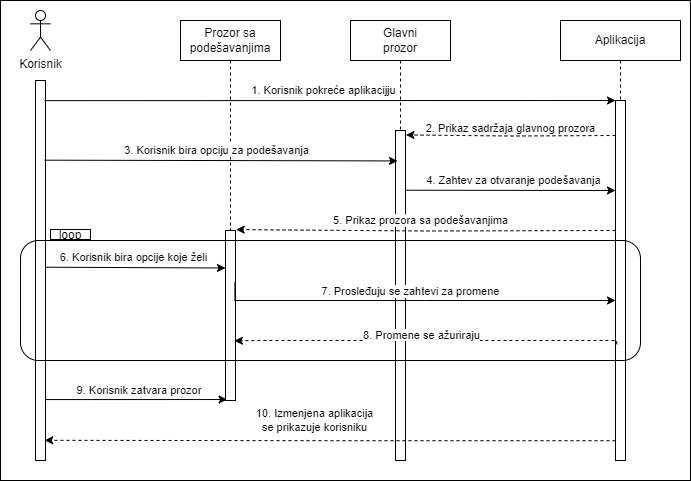
jelisavetagavrilovic/kOrganizify keeps this draw.io diagram as documentation/specific documentation sections/settingsDiagram.png. Above is the earlier version. Source tidied: cells renumbered, new cells last; positions are measured from the earlier drawing's top-left corner, leaving out a move shared by most shapes. Its diagram source:
```xml
<mxGraphModel>
  <root>
    <mxCell id="0" />
    <mxCell id="1" parent="0" />
    <mxCell id="2" style="rounded=0;whiteSpace=wrap;html=1;fillColor=default;" parent="1" vertex="1">
      <mxGeometry width="690" height="480" as="geometry" />
    </mxCell>
    <mxCell id="3" style="rounded=0;whiteSpace=wrap;html=1;" parent="1" vertex="1">
      <mxGeometry x="225" y="230" width="10" height="170" as="geometry" />
    </mxCell>
    <mxCell id="4" style="rounded=0;whiteSpace=wrap;html=1;" parent="1" vertex="1">
      <mxGeometry x="395" y="130" width="10" height="330" as="geometry" />
    </mxCell>
    <mxCell id="5" style="rounded=0;whiteSpace=wrap;html=1;" parent="1" vertex="1">
      <mxGeometry x="35" y="80" width="10" height="380" as="geometry" />
    </mxCell>
    <mxCell id="6" style="rounded=0;whiteSpace=wrap;html=1;" parent="1" vertex="1">
      <mxGeometry x="615" y="100" width="10" height="360" as="geometry" />
    </mxCell>
    <mxCell id="7" style="rounded=1;whiteSpace=wrap;html=1;align=center;labelPosition=center;verticalLabelPosition=middle;verticalAlign=middle;fillColor=none;" parent="1" vertex="1">
      <mxGeometry x="20" y="240" width="620" height="120" as="geometry" />
    </mxCell>
    <mxCell id="8" value="Korisnik&lt;br&gt;" style="shape=umlActor;verticalLabelPosition=bottom;verticalAlign=top;html=1;" parent="1" vertex="1">
      <mxGeometry x="30" y="10" width="20" height="40" as="geometry" />
    </mxCell>
    <mxCell id="9" style="edgeStyle=orthogonalEdgeStyle;rounded=0;jettySize=auto;html=1;endArrow=none;endFill=0;dashed=1;" parent="1" edge="1" source="10" target="4">
      <mxGeometry relative="1" as="geometry" />
    </mxCell>
    <mxCell id="10" value="Glavni&lt;br&gt;prozor" style="rounded=0;whiteSpace=wrap;html=1;" parent="1" vertex="1">
      <mxGeometry x="350" y="20" width="100" height="40" as="geometry" />
    </mxCell>
    <mxCell id="11" style="edgeStyle=orthogonalEdgeStyle;rounded=0;jettySize=auto;html=1;endArrow=none;endFill=0;dashed=1;" parent="1" edge="1" source="12" target="6">
      <mxGeometry relative="1" as="geometry" />
    </mxCell>
    <mxCell id="12" value="Aplikacija" style="rounded=0;whiteSpace=wrap;html=1;" parent="1" vertex="1">
      <mxGeometry x="560" y="20" width="120" height="40" as="geometry" />
    </mxCell>
    <mxCell id="13" value="1. Korisnik pokreće aplikacijju" style="endArrow=classic;html=1;rounded=0;entryX=0;entryY=0;entryDx=0;entryDy=0;exitX=0.906;exitY=0.053;exitDx=0;exitDy=0;exitPerimeter=0;" parent="1" edge="1" source="5" target="6">
      <mxGeometry x="-0.02" y="10" relative="1" as="geometry" />
    </mxCell>
    <mxCell id="14" value="&lt;br&gt;&lt;span style=&quot;color: rgb(0, 0, 0); font-family: Helvetica; font-size: 11px; font-style: normal; font-variant-ligatures: normal; font-variant-caps: normal; font-weight: 400; letter-spacing: normal; orphans: 2; text-align: center; text-indent: 0px; text-transform: none; widows: 2; word-spacing: 0px; -webkit-text-stroke-width: 0px; text-decoration-thickness: initial; text-decoration-style: initial; text-decoration-color: initial; float: none; display: inline !important;&quot;&gt;2. Prikaz sadržaja glavnog prozora&lt;/span&gt;" style="edgeStyle=orthogonalEdgeStyle;rounded=0;orthogonalLoop=1;jettySize=auto;html=1;exitX=0;exitY=0.25;exitDx=0;exitDy=0;entryX=1.043;entryY=0.314;entryDx=0;entryDy=0;entryPerimeter=0;dashed=1;labelBackgroundColor=none;verticalAlign=middle;" parent="1" edge="1">
      <mxGeometry x="0.01" y="-14" relative="1" as="geometry">
        <mxPoint x="615" y="135" as="sourcePoint" />
        <mxPoint x="405.4" y="134.4" as="targetPoint" />
      </mxGeometry>
    </mxCell>
    <mxCell id="15" value="6. Korisnik bira opcije koje želi" style="endArrow=classic;html=1;rounded=0;exitX=1.043;exitY=0.544;exitDx=0;exitDy=0;exitPerimeter=0;entryX=0;entryY=0.25;entryDx=0;entryDy=0;" parent="1" edge="1">
      <mxGeometry x="-0.02" y="10" relative="1" as="geometry">
        <mxPoint x="45.4" y="266.7" as="sourcePoint" />
        <mxPoint x="225" y="267.5" as="targetPoint" />
      </mxGeometry>
    </mxCell>
    <mxCell id="16" value="7. Prosleđuju se zahtevi za promene" style="edgeStyle=orthogonalEdgeStyle;rounded=0;jettySize=auto;html=1;entryX=0;entryY=0.5;entryDx=0;entryDy=0;align=center;labelPosition=center;verticalLabelPosition=middle;verticalAlign=middle;spacing=2;exitX=0.941;exitY=0.302;exitDx=0;exitDy=0;exitPerimeter=0;" parent="1" edge="1" source="3">
      <mxGeometry x="-0.03" y="9" relative="1" as="geometry">
        <mxPoint x="615" y="300" as="targetPoint" />
        <Array as="points">
          <mxPoint x="425" y="300" />
          <mxPoint x="615" y="300" />
        </Array>
      </mxGeometry>
    </mxCell>
    <mxCell id="17" value="10. Izmenjena aplikacija &lt;br&gt;se prikazuje korisniku" style="edgeStyle=orthogonalEdgeStyle;rounded=0;jettySize=auto;html=1;entryX=0.922;entryY=0.789;entryDx=0;entryDy=0;entryPerimeter=0;dashed=1;verticalAlign=middle;exitX=0;exitY=0.945;exitDx=0;exitDy=0;exitPerimeter=0;" parent="1" edge="1" source="6">
      <mxGeometry x="0.05" y="-20" relative="1" as="geometry">
        <mxPoint x="44.2" y="439.8" as="targetPoint" />
      </mxGeometry>
    </mxCell>
    <mxCell id="18" value="loop" style="text;html=1;strokeColor=none;fillColor=none;align=center;verticalAlign=middle;whiteSpace=wrap;rounded=0;" parent="1" vertex="1">
      <mxGeometry x="55" y="230" width="30" height="10" as="geometry" />
    </mxCell>
    <mxCell id="19" style="rounded=0;whiteSpace=wrap;html=1;fillColor=none;" parent="1" vertex="1">
      <mxGeometry x="50" y="229" width="40" height="10" as="geometry" />
    </mxCell>
    <mxCell id="20" value="4. Zahtev za otvaranje podešavanja" style="endArrow=classic;html=1;rounded=0;entryX=0;entryY=0;entryDx=0;entryDy=0;exitX=0.967;exitY=0.181;exitDx=0;exitDy=0;exitPerimeter=0;" parent="1" edge="1" source="4">
      <mxGeometry x="0.02" y="10" relative="1" as="geometry">
        <mxPoint x="615" y="190" as="targetPoint" />
      </mxGeometry>
    </mxCell>
    <mxCell id="21" style="edgeStyle=orthogonalEdgeStyle;rounded=0;jettySize=auto;html=1;endArrow=none;endFill=0;dashed=1;" parent="1" edge="1" source="22" target="3">
      <mxGeometry relative="1" as="geometry" />
    </mxCell>
    <mxCell id="22" value="Prozor sa podešavanjima" style="rounded=0;whiteSpace=wrap;html=1;" parent="1" vertex="1">
      <mxGeometry x="180" y="20" width="100" height="40" as="geometry" />
    </mxCell>
    <mxCell id="23" value="3. Korisnik bira opciju za podešavanja" style="endArrow=classic;html=1;rounded=0;entryX=0.2;entryY=0.274;entryDx=0;entryDy=0;exitX=0.922;exitY=0.236;exitDx=0;exitDy=0;exitPerimeter=0;entryPerimeter=0;" parent="1" edge="1">
      <mxGeometry x="-0.02" y="10" relative="1" as="geometry">
        <mxPoint x="44.2" y="159.7" as="sourcePoint" />
        <mxPoint x="397" y="160.4" as="targetPoint" />
      </mxGeometry>
    </mxCell>
    <mxCell id="24" value="5. Prikaz prozora sa podešavanjima" style="edgeStyle=orthogonalEdgeStyle;rounded=0;orthogonalLoop=1;jettySize=auto;html=1;entryX=1.067;entryY=0.33;entryDx=0;entryDy=0;entryPerimeter=0;dashed=1;" parent="1" edge="1">
      <mxGeometry x="0.03" y="-10" relative="1" as="geometry">
        <mxPoint x="615" y="230" as="sourcePoint" />
        <mxPoint x="235.7" y="229.1" as="targetPoint" />
      </mxGeometry>
    </mxCell>
    <mxCell id="25" value="&lt;span style=&quot;color: rgb(0, 0, 0); font-family: Helvetica; font-size: 11px; font-style: normal; font-variant-ligatures: normal; font-variant-caps: normal; font-weight: 400; letter-spacing: normal; orphans: 2; text-align: center; text-indent: 0px; text-transform: none; widows: 2; word-spacing: 0px; -webkit-text-stroke-width: 0px; text-decoration-thickness: initial; text-decoration-style: initial; text-decoration-color: initial; float: none; display: inline !important; background-color: rgb(255, 255, 255);&quot;&gt;8. Promene se ažuriraju&lt;/span&gt;" style="edgeStyle=orthogonalEdgeStyle;rounded=0;jettySize=auto;html=1;exitX=0.121;exitY=0.677;exitDx=0;exitDy=0;dashed=1;labelBackgroundColor=none;verticalAlign=middle;exitPerimeter=0;entryX=0.887;entryY=0.649;entryDx=0;entryDy=0;entryPerimeter=0;" parent="1" edge="1" source="6" target="3">
      <mxGeometry x="0.03" y="-5" relative="1" as="geometry">
        <Array as="points">
          <mxPoint x="616" y="340" />
          <mxPoint x="260" y="340" />
        </Array>
      </mxGeometry>
    </mxCell>
    <mxCell id="26" value="9. Korisnik zatvara prozor&amp;nbsp;" style="endArrow=classic;html=1;rounded=0;exitX=0.948;exitY=0.787;exitDx=0;exitDy=0;exitPerimeter=0;entryX=0.157;entryY=0.648;entryDx=0;entryDy=0;entryPerimeter=0;" parent="1" edge="1">
      <mxGeometry x="0.05" y="9" relative="1" as="geometry">
        <mxPoint x="44.5" y="399.1" as="sourcePoint" />
        <mxPoint x="226.6" y="399" as="targetPoint" />
      </mxGeometry>
    </mxCell>
  </root>
</mxGraphModel>
```
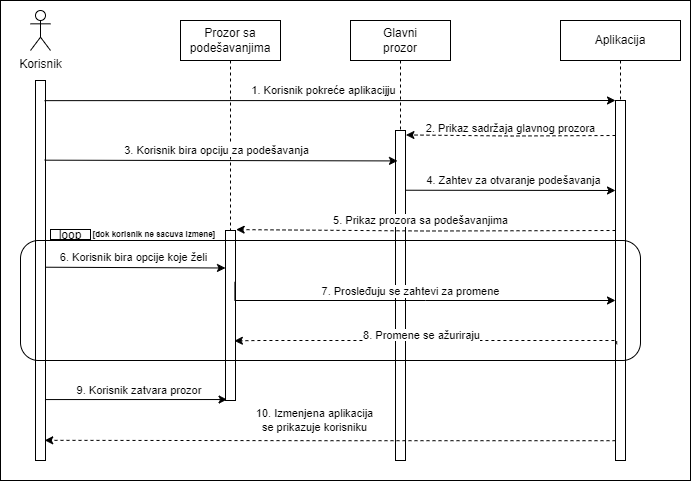
After the commit.

Diff of the diagram source:
```diff
@@ -107,5 +107,8 @@
         <mxPoint x="226.6" y="399" as="targetPoint" />
       </mxGeometry>
     </mxCell>
+    <mxCell id="27" value="[dok korisnik ne sacuva izmene]&amp;nbsp;" style="text;html=1;strokeColor=none;fillColor=none;align=center;verticalAlign=middle;whiteSpace=wrap;rounded=0;fontStyle=1;fontSize=8;" parent="1" vertex="1">
+      <mxGeometry x="85" y="219" width="140" height="30" as="geometry" />
+    </mxCell>
   </root>
 </mxGraphModel>
```
